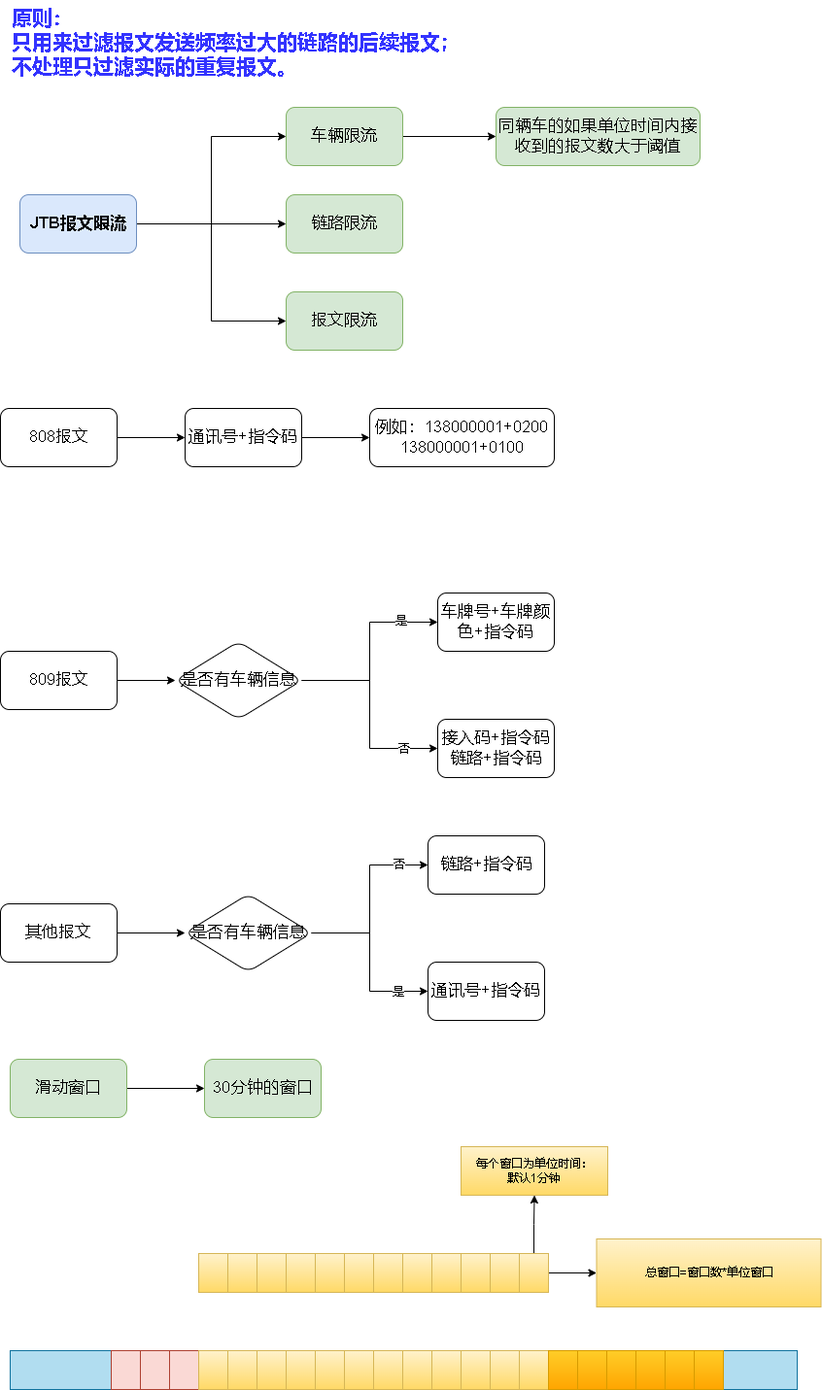
Before: jtb报文限流.drawio.png, a diagram exported from draw.io (xktder/draw). Source tidied: cells renumbered, new cells last; positions are measured from the earlier drawing's top-left corner, leaving out a move shared by most shapes.
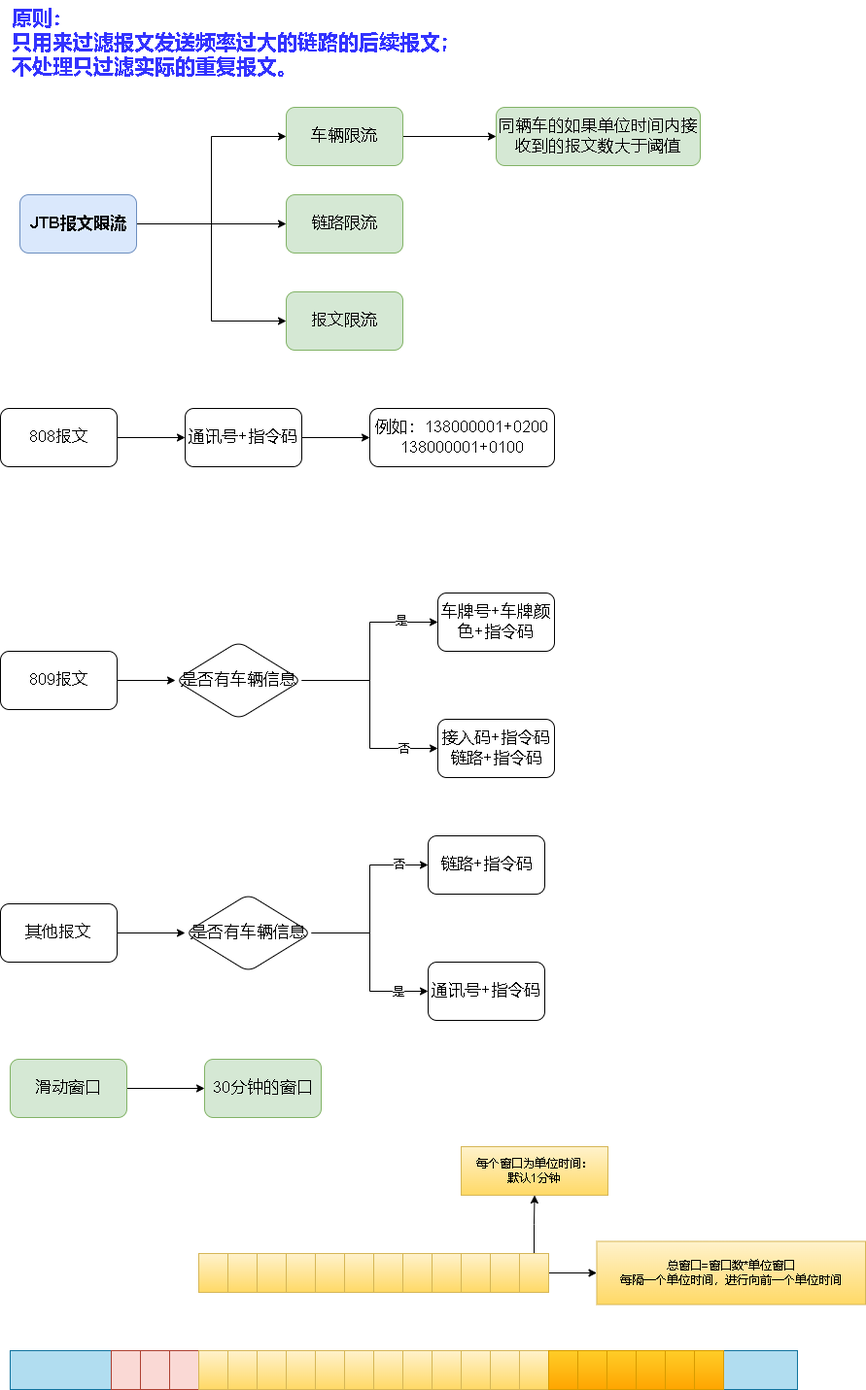
After the change.

Commit message:
更新jtb报文限流.drawio.png

Change to the diagram source:
```diff
@@ -229,8 +229,8 @@
     <mxCell id="74" value="每个窗口为单位时间：&lt;br&gt;默认1分钟" style="whiteSpace=wrap;html=1;fillColor=#fff2cc;strokeColor=#d6b656;rounded=0;gradientColor=#ffd966;" parent="1" vertex="1">
       <mxGeometry x="474" y="1180" width="151" height="50" as="geometry" />
     </mxCell>
-    <mxCell id="75" value="总窗口=窗口数*单位窗口" style="whiteSpace=wrap;html=1;fillColor=#fff2cc;strokeColor=#d6b656;rounded=0;gradientColor=#ffd966;" parent="1" vertex="1">
-      <mxGeometry x="613.5" y="1275" width="231" height="70" as="geometry" />
+    <mxCell id="75" value="总窗口=窗口数*单位窗口&lt;br&gt;每隔一个单位时间，进行向前一个单位时间" style="whiteSpace=wrap;html=1;fillColor=#fff2cc;strokeColor=#d6b656;rounded=0;gradientColor=#ffd966;" parent="1" vertex="1">
+      <mxGeometry x="613.5" y="1277.5" width="276.5" height="65" as="geometry" />
     </mxCell>
   </root>
 </mxGraphModel>
```
